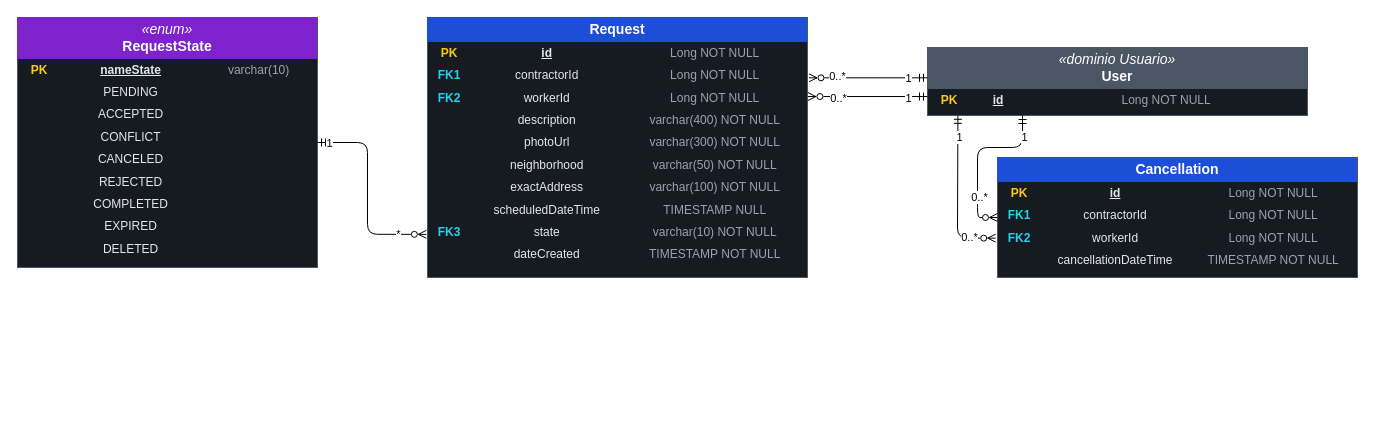
This is src/main/resources/docs/uml/ER-Service.drawio from JElaverdem/oficioya-service, a draw.io file, before an edit. Source tidied: cells renumbered, new cells numbered last; positions are measured from the earlier drawing's top-left corner, leaving out a move shared by most shapes. Both pictures are drawn from the tidied source at 100%, with x=0, y=0 at pixel (17, 17).
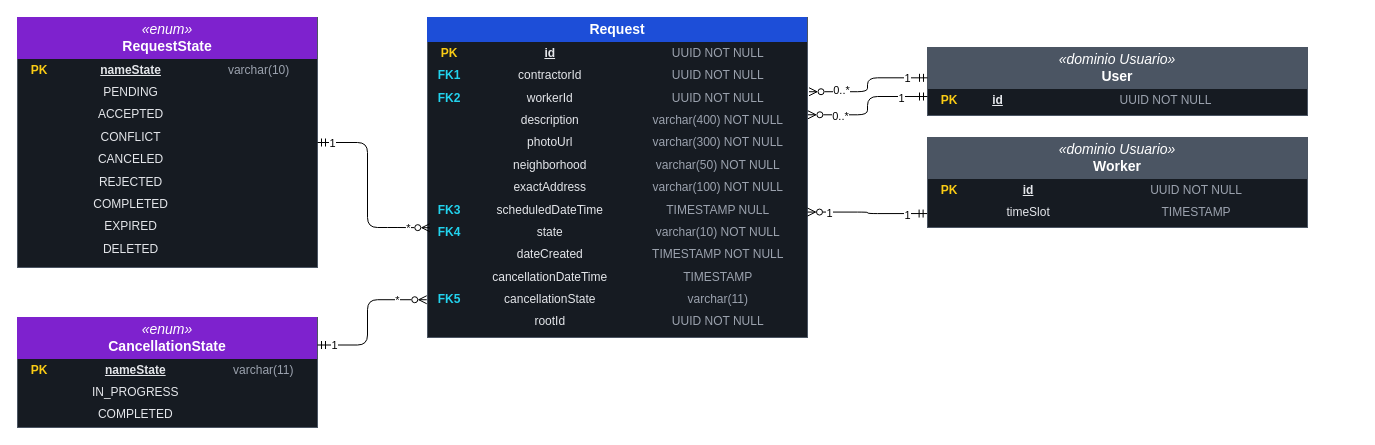
The same page after the edit.

Unchanged cells that the change refers to:
```xml
<mxCell id="2" value="&lt;table width=&quot;100%&quot; cellpadding=&quot;4&quot; cellspacing=&quot;0&quot; style=&quot;color: rgb(229, 231, 235); font-size: 12px;&quot;&gt;&lt;tbody&gt;&lt;tr&gt;&lt;td colspan=&quot;3&quot; align=&quot;center&quot; bgcolor=&quot;#7e22ce&quot;&gt;&lt;font color=&quot;#fff&quot; style=&quot;font-size: 14px;&quot;&gt;&lt;i&gt;«enum»&lt;/i&gt;&lt;br&gt;&lt;b&gt;RequestState&lt;/b&gt;&lt;/font&gt;&lt;/td&gt;&lt;/tr&gt;&lt;tr&gt;&lt;td width=&quot;36&quot;&gt;&lt;font color=&quot;#facc15&quot;&gt;&lt;b&gt;PK&lt;/b&gt;&lt;/font&gt;&lt;/td&gt;&lt;td&gt;&lt;u&gt;&lt;b&gt;nameState&lt;/b&gt;&lt;/u&gt;&lt;/td&gt;&lt;td&gt;&lt;font color=&quot;#9ca3af&quot;&gt;varchar(10)&lt;/font&gt;&lt;/td&gt;&lt;/tr&gt;&lt;tr&gt;&lt;td width=&quot;36&quot;&gt;&lt;font color=&quot;#22d3ee&quot;&gt;&lt;b&gt;&lt;/b&gt;&lt;/font&gt;&lt;/td&gt;&lt;td&gt;PENDING&lt;/td&gt;&lt;td&gt;&lt;font color=&quot;#9ca3af&quot;&gt;&lt;/font&gt;&lt;/td&gt;&lt;/tr&gt;&lt;tr&gt;&lt;td width=&quot;36&quot;&gt;&lt;font color=&quot;#22d3ee&quot;&gt;&lt;b&gt;&lt;/b&gt;&lt;/font&gt;&lt;/td&gt;&lt;td&gt;ACCEPTED&lt;/td&gt;&lt;td&gt;&lt;font color=&quot;#9ca3af&quot;&gt;&lt;/font&gt;&lt;/td&gt;&lt;/tr&gt;&lt;tr&gt;&lt;td width=&quot;36&quot;&gt;&lt;font color=&quot;#22d3ee&quot;&gt;&lt;b&gt;&lt;/b&gt;&lt;/font&gt;&lt;/td&gt;&lt;td&gt;CONFLICT&lt;/td&gt;&lt;td&gt;&lt;font color=&quot;#9ca3af&quot;&gt;&lt;/font&gt;&lt;/td&gt;&lt;/tr&gt;&lt;tr&gt;&lt;td width=&quot;36&quot;&gt;&lt;font color=&quot;#22d3ee&quot;&gt;&lt;b&gt;&lt;/b&gt;&lt;/font&gt;&lt;/td&gt;&lt;td&gt;CANCELED&lt;/td&gt;&lt;td&gt;&lt;font color=&quot;#9ca3af&quot;&gt;&lt;/font&gt;&lt;/td&gt;&lt;/tr&gt;&lt;tr&gt;&lt;td width=&quot;36&quot;&gt;&lt;font color=&quot;#22d3ee&quot;&gt;&lt;b&gt;&lt;/b&gt;&lt;/font&gt;&lt;/td&gt;&lt;td&gt;REJECTED&lt;/td&gt;&lt;td&gt;&lt;font color=&quot;#9ca3af&quot;&gt;&lt;/font&gt;&lt;/td&gt;&lt;/tr&gt;&lt;tr&gt;&lt;td width=&quot;36&quot;&gt;&lt;font color=&quot;#22d3ee&quot;&gt;&lt;b&gt;&lt;/b&gt;&lt;/font&gt;&lt;/td&gt;&lt;td&gt;COMPLETED&lt;/td&gt;&lt;td&gt;&lt;font color=&quot;#9ca3af&quot;&gt;&lt;/font&gt;&lt;/td&gt;&lt;/tr&gt;&lt;tr&gt;&lt;td width=&quot;36&quot;&gt;&lt;font color=&quot;#22d3ee&quot;&gt;&lt;b&gt;&lt;/b&gt;&lt;/font&gt;&lt;/td&gt;&lt;td&gt;EXPIRED&lt;/td&gt;&lt;td&gt;&lt;font color=&quot;#9ca3af&quot;&gt;&lt;/font&gt;&lt;/td&gt;&lt;/tr&gt;&lt;tr&gt;&lt;td&gt;&lt;br&gt;&lt;/td&gt;&lt;td&gt;DELETED&lt;/td&gt;&lt;td&gt;&lt;br&gt;&lt;/td&gt;&lt;/tr&gt;&lt;/tbody&gt;&lt;/table&gt;" style="html=1;whiteSpace=wrap;overflow=fill;verticalAlign=top;fillColor=#161b22;strokeColor=#4b5563;fontColor=#e5e7eb;" parent="1" vertex="1">
  <mxGeometry width="300" height="250" as="geometry" />
</mxCell>
```

Diff of the diagram source:
```diff
@@
-    <mxCell id="3" value="&lt;table width=&quot;100%&quot; cellpadding=&quot;4&quot; cellspacing=&quot;0&quot; style=&quot;color: rgb(229, 231, 235); font-size: 12px;&quot;&gt;&lt;tbody&gt;&lt;tr&gt;&lt;td colspan=&quot;3&quot; align=&quot;center&quot; bgcolor=&quot;#1d4ed8&quot;&gt;&lt;font color=&quot;#fff&quot; style=&quot;font-size: 14px;&quot;&gt;&lt;b&gt;Request&lt;/b&gt;&lt;/font&gt;&lt;/td&gt;&lt;/tr&gt;&lt;tr&gt;&lt;td width=&quot;36&quot;&gt;&lt;font color=&quot;#facc15&quot;&gt;&lt;b&gt;PK&lt;/b&gt;&lt;/font&gt;&lt;/td&gt;&lt;td&gt;&lt;u&gt;&lt;b&gt;id&lt;/b&gt;&lt;/u&gt;&lt;/td&gt;&lt;td&gt;&lt;font color=&quot;#9ca3af&quot;&gt;Long NOT NULL&lt;/font&gt;&lt;/td&gt;&lt;/tr&gt;&lt;tr&gt;&lt;td width=&quot;36&quot;&gt;&lt;b style=&quot;color: rgb(34, 211, 238);&quot;&gt;FK1&lt;/b&gt;&lt;font color=&quot;#22d3ee&quot;&gt;&lt;b&gt;&lt;/b&gt;&lt;/font&gt;&lt;/td&gt;&lt;td&gt;contractorId&lt;/td&gt;&lt;td&gt;&lt;font color=&quot;#9ca3af&quot;&gt;Long NOT NULL&lt;/font&gt;&lt;/td&gt;&lt;/tr&gt;&lt;tr&gt;&lt;td width=&quot;36&quot;&gt;&lt;b style=&quot;color: rgb(34, 211, 238);&quot;&gt;FK2&lt;/b&gt;&lt;/td&gt;&lt;td&gt;workerId&lt;/td&gt;&lt;td&gt;&lt;font color=&quot;#9ca3af&quot;&gt;Long NOT NULL&lt;/font&gt;&lt;/td&gt;&lt;/tr&gt;&lt;tr&gt;&lt;td width=&quot;36&quot;&gt;&lt;br&gt;&lt;/td&gt;&lt;td&gt;description&lt;/td&gt;&lt;td&gt;&lt;font color=&quot;#9ca3af&quot;&gt;varchar(400) NOT NULL&lt;/font&gt;&lt;/td&gt;&lt;/tr&gt;&lt;tr&gt;&lt;td width=&quot;36&quot;&gt;&lt;font color=&quot;#22d3ee&quot;&gt;&lt;b&gt;&lt;/b&gt;&lt;/font&gt;&lt;/td&gt;&lt;td&gt;photoUrl&lt;/td&gt;&lt;td&gt;&lt;font color=&quot;#9ca3af&quot;&gt;varchar(300) NOT NULL&lt;/font&gt;&lt;/td&gt;&lt;/tr&gt;&lt;tr&gt;&lt;td width=&quot;36&quot;&gt;&lt;font color=&quot;#22d3ee&quot;&gt;&lt;b&gt;&lt;/b&gt;&lt;/font&gt;&lt;/td&gt;&lt;td&gt;neighborhood&lt;/td&gt;&lt;td&gt;&lt;font color=&quot;#9ca3af&quot;&gt;varchar(50) NOT NULL&lt;/font&gt;&lt;/td&gt;&lt;/tr&gt;&lt;tr&gt;&lt;td width=&quot;36&quot;&gt;&lt;font color=&quot;#22d3ee&quot;&gt;&lt;b&gt;&lt;/b&gt;&lt;/font&gt;&lt;/td&gt;&lt;td&gt;exactAddress&lt;/td&gt;&lt;td&gt;&lt;font color=&quot;#9ca3af&quot;&gt;varchar(100) NOT NULL&lt;/font&gt;&lt;/td&gt;&lt;/tr&gt;&lt;tr&gt;&lt;td width=&quot;36&quot;&gt;&lt;font color=&quot;#22d3ee&quot;&gt;&lt;b&gt;&lt;/b&gt;&lt;/font&gt;&lt;/td&gt;&lt;td&gt;scheduledDateTime&lt;/td&gt;&lt;td&gt;&lt;font color=&quot;#9ca3af&quot;&gt;TIMESTAMP NULL&lt;/font&gt;&lt;/td&gt;&lt;/tr&gt;&lt;tr&gt;&lt;td width=&quot;36&quot;&gt;&lt;font color=&quot;#22d3ee&quot;&gt;&lt;b&gt;FK3&lt;/b&gt;&lt;/font&gt;&lt;/td&gt;&lt;td&gt;state&lt;/td&gt;&lt;td&gt;&lt;font color=&quot;#9ca3af&quot;&gt;varchar(10) NOT NULL&lt;/font&gt;&lt;/td&gt;&lt;/tr&gt;&lt;tr&gt;&lt;td width=&quot;36&quot;&gt;&lt;br&gt;&lt;/td&gt;&lt;td&gt;dateCreated&lt;/td&gt;&lt;td&gt;&lt;font color=&quot;#9ca3af&quot;&gt;TIMESTAMP NOT NULL&lt;/font&gt;&lt;/td&gt;&lt;/tr&gt;&lt;/tbody&gt;&lt;/table&gt;" style="html=1;whiteSpace=wrap;overflow=fill;verticalAlign=top;fillColor=#161b22;strokeColor=#4b5563;fontColor=#e5e7eb;" parent="1" vertex="1">
-      <mxGeometry x="410" width="380" height="260" as="geometry" />
+    <mxCell id="3" value="&lt;table width=&quot;100%&quot; cellpadding=&quot;4&quot; cellspacing=&quot;0&quot; style=&quot;color: rgb(229, 231, 235); font-size: 12px;&quot;&gt;&lt;tbody&gt;&lt;tr&gt;&lt;td colspan=&quot;3&quot; align=&quot;center&quot; bgcolor=&quot;#1d4ed8&quot;&gt;&lt;font color=&quot;#fff&quot; style=&quot;font-size: 14px;&quot;&gt;&lt;b&gt;Request&lt;/b&gt;&lt;/font&gt;&lt;/td&gt;&lt;/tr&gt;&lt;tr&gt;&lt;td width=&quot;36&quot;&gt;&lt;font color=&quot;#facc15&quot;&gt;&lt;b&gt;PK&lt;/b&gt;&lt;/font&gt;&lt;/td&gt;&lt;td&gt;&lt;u&gt;&lt;b&gt;id&lt;/b&gt;&lt;/u&gt;&lt;/td&gt;&lt;td&gt;&lt;font color=&quot;#9ca3af&quot;&gt;UUID NOT NULL&lt;/font&gt;&lt;/td&gt;&lt;/tr&gt;&lt;tr&gt;&lt;td width=&quot;36&quot;&gt;&lt;b style=&quot;color: rgb(34, 211, 238);&quot;&gt;FK1&lt;/b&gt;&lt;font color=&quot;#22d3ee&quot;&gt;&lt;b&gt;&lt;/b&gt;&lt;/font&gt;&lt;/td&gt;&lt;td&gt;contractorId&lt;/td&gt;&lt;td&gt;&lt;font color=&quot;#9ca3af&quot;&gt;UUID NOT NULL&lt;/font&gt;&lt;/td&gt;&lt;/tr&gt;&lt;tr&gt;&lt;td width=&quot;36&quot;&gt;&lt;b style=&quot;color: rgb(34, 211, 238);&quot;&gt;FK2&lt;/b&gt;&lt;/td&gt;&lt;td&gt;workerId&lt;/td&gt;&lt;td&gt;&lt;font color=&quot;#9ca3af&quot;&gt;UUID NOT NULL&lt;/font&gt;&lt;/td&gt;&lt;/tr&gt;&lt;tr&gt;&lt;td width=&quot;36&quot;&gt;&lt;br&gt;&lt;/td&gt;&lt;td&gt;description&lt;/td&gt;&lt;td&gt;&lt;font color=&quot;#9ca3af&quot;&gt;varchar(400) NOT NULL&lt;/font&gt;&lt;/td&gt;&lt;/tr&gt;&lt;tr&gt;&lt;td width=&quot;36&quot;&gt;&lt;font color=&quot;#22d3ee&quot;&gt;&lt;b&gt;&lt;/b&gt;&lt;/font&gt;&lt;/td&gt;&lt;td&gt;photoUrl&lt;/td&gt;&lt;td&gt;&lt;font color=&quot;#9ca3af&quot;&gt;varchar(300) NOT NULL&lt;/font&gt;&lt;/td&gt;&lt;/tr&gt;&lt;tr&gt;&lt;td width=&quot;36&quot;&gt;&lt;font color=&quot;#22d3ee&quot;&gt;&lt;b&gt;&lt;/b&gt;&lt;/font&gt;&lt;/td&gt;&lt;td&gt;neighborhood&lt;/td&gt;&lt;td&gt;&lt;font color=&quot;#9ca3af&quot;&gt;varchar(50) NOT NULL&lt;/font&gt;&lt;/td&gt;&lt;/tr&gt;&lt;tr&gt;&lt;td width=&quot;36&quot;&gt;&lt;font color=&quot;#22d3ee&quot;&gt;&lt;b&gt;&lt;/b&gt;&lt;/font&gt;&lt;/td&gt;&lt;td&gt;exactAddress&lt;/td&gt;&lt;td&gt;&lt;font color=&quot;#9ca3af&quot;&gt;varchar(100) NOT NULL&lt;/font&gt;&lt;/td&gt;&lt;/tr&gt;&lt;tr&gt;&lt;td width=&quot;36&quot;&gt;&lt;b style=&quot;color: rgb(34, 211, 238);&quot;&gt;FK3&lt;/b&gt;&lt;/td&gt;&lt;td&gt;scheduledDateTime&lt;/td&gt;&lt;td&gt;&lt;font color=&quot;#9ca3af&quot;&gt;TIMESTAMP NULL&lt;/font&gt;&lt;/td&gt;&lt;/tr&gt;&lt;tr&gt;&lt;td width=&quot;36&quot;&gt;&lt;font color=&quot;#22d3ee&quot;&gt;&lt;b&gt;FK4&lt;/b&gt;&lt;/font&gt;&lt;/td&gt;&lt;td&gt;state&lt;/td&gt;&lt;td&gt;&lt;font color=&quot;#9ca3af&quot;&gt;varchar(10) NOT NULL&lt;/font&gt;&lt;/td&gt;&lt;/tr&gt;&lt;tr&gt;&lt;td width=&quot;36&quot;&gt;&lt;br&gt;&lt;/td&gt;&lt;td&gt;dateCreated&lt;/td&gt;&lt;td&gt;&lt;font color=&quot;#9ca3af&quot;&gt;TIMESTAMP NOT NULL&lt;/font&gt;&lt;/td&gt;&lt;/tr&gt;&lt;tr&gt;&lt;td&gt;&lt;br&gt;&lt;/td&gt;&lt;td&gt;cancellationDateTime&lt;/td&gt;&lt;td&gt;&lt;span style=&quot;color: rgb(156, 163, 175);&quot;&gt;TIMESTAMP&lt;/span&gt;&lt;/td&gt;&lt;/tr&gt;&lt;tr&gt;&lt;td&gt;&lt;b style=&quot;color: rgb(34, 211, 238);&quot;&gt;FK5&lt;/b&gt;&lt;/td&gt;&lt;td&gt;cancellationState&lt;/td&gt;&lt;td&gt;&lt;span style=&quot;color: rgb(156, 163, 175);&quot;&gt;varchar(11)&lt;/span&gt;&lt;/td&gt;&lt;/tr&gt;&lt;tr&gt;&lt;td&gt;&lt;br&gt;&lt;/td&gt;&lt;td&gt;rootId&lt;/td&gt;&lt;td&gt;&lt;span style=&quot;color: rgb(156, 163, 175);&quot;&gt;UUID NOT NULL&lt;/span&gt;&lt;/td&gt;&lt;/tr&gt;&lt;/tbody&gt;&lt;/table&gt;" style="html=1;whiteSpace=wrap;overflow=fill;verticalAlign=top;fillColor=#161b22;strokeColor=#4b5563;fontColor=#e5e7eb;" parent="1" vertex="1">
+      <mxGeometry x="410" width="380" height="320" as="geometry" />
     </mxCell>
-    <mxCell id="4" value="&lt;table width=&quot;100%&quot; cellpadding=&quot;4&quot; cellspacing=&quot;0&quot; style=&quot;color: rgb(229, 231, 235); font-size: 12px;&quot;&gt;&lt;tbody&gt;&lt;tr&gt;&lt;td colspan=&quot;3&quot; align=&quot;center&quot; bgcolor=&quot;#4b5563&quot;&gt;&lt;font color=&quot;#fff&quot; style=&quot;font-size: 14px;&quot;&gt;&lt;i&gt;«dominio Usuario»&lt;/i&gt;&lt;br&gt;&lt;b&gt;User&lt;/b&gt;&lt;/font&gt;&lt;/td&gt;&lt;/tr&gt;&lt;tr&gt;&lt;td width=&quot;36&quot;&gt;&lt;font color=&quot;#facc15&quot;&gt;&lt;b&gt;PK&lt;/b&gt;&lt;/font&gt;&lt;/td&gt;&lt;td&gt;&lt;u&gt;&lt;b&gt;id&lt;/b&gt;&lt;/u&gt;&lt;/td&gt;&lt;td&gt;&lt;font color=&quot;#9ca3af&quot;&gt;Long NOT NULL&lt;/font&gt;&lt;/td&gt;&lt;/tr&gt;&lt;/tbody&gt;&lt;/table&gt;" style="html=1;whiteSpace=wrap;overflow=fill;verticalAlign=top;fillColor=#161b22;strokeColor=#4b5563;fontColor=#e5e7eb;" parent="1" vertex="1">
+    <mxCell id="4" value="&lt;table width=&quot;100%&quot; cellpadding=&quot;4&quot; cellspacing=&quot;0&quot; style=&quot;color: rgb(229, 231, 235); font-size: 12px;&quot;&gt;&lt;tbody&gt;&lt;tr&gt;&lt;td colspan=&quot;3&quot; align=&quot;center&quot; bgcolor=&quot;#4b5563&quot;&gt;&lt;font color=&quot;#fff&quot; style=&quot;font-size: 14px;&quot;&gt;&lt;i&gt;«dominio Usuario»&lt;/i&gt;&lt;br&gt;&lt;b&gt;User&lt;/b&gt;&lt;/font&gt;&lt;/td&gt;&lt;/tr&gt;&lt;tr&gt;&lt;td width=&quot;36&quot;&gt;&lt;font color=&quot;#facc15&quot;&gt;&lt;b&gt;PK&lt;/b&gt;&lt;/font&gt;&lt;/td&gt;&lt;td&gt;&lt;u&gt;&lt;b&gt;id&lt;/b&gt;&lt;/u&gt;&lt;/td&gt;&lt;td&gt;&lt;font color=&quot;#9ca3af&quot;&gt;UUID NOT NULL&lt;/font&gt;&lt;/td&gt;&lt;/tr&gt;&lt;/tbody&gt;&lt;/table&gt;" style="html=1;whiteSpace=wrap;overflow=fill;verticalAlign=top;fillColor=#161b22;strokeColor=#4b5563;fontColor=#e5e7eb;" parent="1" vertex="1">
       <mxGeometry x="910" y="30" width="380" height="68" as="geometry" />
     </mxCell>
-    <mxCell id="5" value="&lt;table width=&quot;100%&quot; cellpadding=&quot;4&quot; cellspacing=&quot;0&quot; style=&quot;color: rgb(229, 231, 235); font-size: 12px;&quot;&gt;&lt;tbody&gt;&lt;tr&gt;&lt;td colspan=&quot;3&quot; align=&quot;center&quot; bgcolor=&quot;#1d4ed8&quot;&gt;&lt;font color=&quot;#ffffff&quot;&gt;&lt;span style=&quot;font-size: 14px;&quot;&gt;&lt;b&gt;Cancellation&lt;/b&gt;&lt;/span&gt;&lt;/font&gt;&lt;/td&gt;&lt;/tr&gt;&lt;tr&gt;&lt;td width=&quot;36&quot;&gt;&lt;font color=&quot;#facc15&quot;&gt;&lt;b&gt;PK&lt;/b&gt;&lt;/font&gt;&lt;/td&gt;&lt;td&gt;&lt;u&gt;&lt;b&gt;id&lt;/b&gt;&lt;/u&gt;&lt;/td&gt;&lt;td&gt;&lt;font color=&quot;#9ca3af&quot;&gt;Long NOT NULL&lt;/font&gt;&lt;/td&gt;&lt;/tr&gt;&lt;tr&gt;&lt;td width=&quot;36&quot;&gt;&lt;font color=&quot;#22d3ee&quot;&gt;&lt;b&gt;FK1&lt;/b&gt;&lt;/font&gt;&lt;/td&gt;&lt;td&gt;contractorId&lt;/td&gt;&lt;td&gt;&lt;font color=&quot;#9ca3af&quot;&gt;Long NOT NULL&lt;/font&gt;&lt;/td&gt;&lt;/tr&gt;&lt;tr&gt;&lt;td width=&quot;36&quot;&gt;&lt;font color=&quot;#22d3ee&quot;&gt;&lt;b&gt;FK2&lt;/b&gt;&lt;/font&gt;&lt;/td&gt;&lt;td&gt;workerId&lt;/td&gt;&lt;td&gt;&lt;font color=&quot;#9ca3af&quot;&gt;Long NOT NULL&lt;/font&gt;&lt;/td&gt;&lt;/tr&gt;&lt;tr&gt;&lt;td width=&quot;36&quot;&gt;&lt;font color=&quot;#22d3ee&quot;&gt;&lt;b&gt;&lt;/b&gt;&lt;/font&gt;&lt;/td&gt;&lt;td&gt;cancellationDateTime&lt;/td&gt;&lt;td&gt;&lt;font color=&quot;#9ca3af&quot;&gt;TIMESTAMP NOT NULL&lt;/font&gt;&lt;/td&gt;&lt;/tr&gt;&lt;/tbody&gt;&lt;/table&gt;" style="html=1;whiteSpace=wrap;overflow=fill;verticalAlign=top;fillColor=#161b22;strokeColor=#4b5563;fontColor=#e5e7eb;" parent="1" vertex="1">
-      <mxGeometry x="980" y="140" width="360" height="120" as="geometry" />
-    </mxCell>
-    <mxCell id="6" style="edgeStyle=orthogonalEdgeStyle;html=1;startArrow=ERmandOne;endArrow=ERzeroToMany;startFill=0;endFill=0;strokeColor=default;fontColor=default;labelBackgroundColor=#0f1117;entryX=-0.003;entryY=0.834;entryDx=0;entryDy=0;entryPerimeter=0;exitX=1;exitY=0.5;exitDx=0;exitDy=0;" parent="1" edge="1" source="2" target="3">
-      <mxGeometry x="0.12" relative="1" as="geometry">
+    <mxCell id="6" style="edgeStyle=orthogonalEdgeStyle;html=1;startArrow=ERmandOne;endArrow=ERzeroToMany;startFill=0;endFill=0;strokeColor=default;fontColor=default;labelBackgroundColor=#0f1117;entryX=0.006;entryY=0.657;entryDx=0;entryDy=0;entryPerimeter=0;exitX=1;exitY=0.5;exitDx=0;exitDy=0;" parent="1" edge="1" source="2" target="3">
+      <mxGeometry x="0.42" relative="1" as="geometry">
         <Array as="points">
           <mxPoint x="350" y="125" />
-          <mxPoint x="350" y="216.8" />
+          <mxPoint x="350" y="210" />
+          <mxPoint x="380" y="210" />
         </Array>
       </mxGeometry>
     </mxCell>
     <mxCell id="7" value="1" style="edgeLabel;html=1;align=center;verticalAlign=middle;" parent="6" vertex="1">
-      <mxGeometry x="-0.89" relative="1" as="geometry" />
+      <mxGeometry x="-0.86" relative="1" as="geometry" />
     </mxCell>
     <mxCell id="8" value="*" style="edgeLabel;html=1;align=center;verticalAlign=middle;" parent="6" vertex="1">
-      <mxGeometry x="0.81" relative="1" as="geometry">
-        <mxPoint x="-10" as="offset" />
+      <mxGeometry x="0.46" relative="1" as="geometry">
+        <mxPoint x="31" as="offset" />
       </mxGeometry>
     </mxCell>
@@
-    <mxCell id="15" style="edgeStyle=orthogonalEdgeStyle;html=1;startArrow=ERmandOne;endArrow=ERzeroToMany;startFill=0;endFill=0;strokeColor=default;fontColor=#e5e7eb;labelBackgroundColor=#0f1117;exitX=0.25;exitY=1;exitDx=0;exitDy=0;entryX=0;entryY=0.5;entryDx=0;entryDy=0;" parent="1" edge="1" source="4" target="5">
-      <mxGeometry x="0.02" relative="1" as="geometry">
-        <Array as="points">
-          <mxPoint x="1005" y="130" />
-          <mxPoint x="960" y="130" />
-          <mxPoint x="960" y="200" />
-        </Array>
-      </mxGeometry>
-    </mxCell>
-    <mxCell id="16" value="0..*" style="edgeLabel;html=1;align=center;verticalAlign=middle;" parent="15" vertex="1">
-      <mxGeometry x="0.13" y="1" relative="1" as="geometry">
-        <mxPoint y="32" as="offset" />
-      </mxGeometry>
-    </mxCell>
-    <mxCell id="17" value="1" style="edgeLabel;html=1;align=center;verticalAlign=middle;" parent="15" vertex="1">
-      <mxGeometry x="-0.7" y="1" relative="1" as="geometry">
-        <mxPoint y="-4" as="offset" />
-      </mxGeometry>
-    </mxCell>
-    <mxCell id="18" style="edgeStyle=orthogonalEdgeStyle;html=1;startArrow=ERmandOne;endArrow=ERzeroToMany;startFill=0;endFill=0;strokeColor=default;fontColor=#e5e7eb;labelBackgroundColor=#0f1117;entryX=-0.005;entryY=0.672;entryDx=0;entryDy=0;entryPerimeter=0;exitX=0.08;exitY=0.997;exitDx=0;exitDy=0;exitPerimeter=0;" parent="1" edge="1" source="4" target="5">
-      <mxGeometry x="-0.7" relative="1" as="geometry">
-        <Array as="points">
-          <mxPoint x="940.4" y="99.4" />
-          <mxPoint x="940" y="220.6" />
-        </Array>
-      </mxGeometry>
-    </mxCell>
-    <mxCell id="19" value="0..*" style="edgeLabel;html=1;align=center;verticalAlign=middle;" parent="18" vertex="1">
-      <mxGeometry x="0.55" y="1" relative="1" as="geometry">
-        <mxPoint x="9" as="offset" />
-      </mxGeometry>
-    </mxCell>
-    <mxCell id="20" value="1" style="edgeLabel;html=1;align=center;verticalAlign=middle;" parent="18" vertex="1">
-      <mxGeometry x="-0.7" y="1" relative="1" as="geometry">
-        <mxPoint y="-2" as="offset" />
-      </mxGeometry>
-    </mxCell>
+    <mxCell id="21" value="&lt;table width=&quot;100%&quot; cellpadding=&quot;4&quot; cellspacing=&quot;0&quot; style=&quot;color: rgb(229, 231, 235); font-size: 12px;&quot;&gt;&lt;tbody&gt;&lt;tr&gt;&lt;td colspan=&quot;3&quot; align=&quot;center&quot; bgcolor=&quot;#4b5563&quot;&gt;&lt;font color=&quot;#fff&quot; style=&quot;font-size: 14px;&quot;&gt;&lt;i&gt;«dominio Usuario»&lt;/i&gt;&lt;br&gt;&lt;b&gt;Worker&lt;/b&gt;&lt;/font&gt;&lt;/td&gt;&lt;/tr&gt;&lt;tr&gt;&lt;td width=&quot;36&quot;&gt;&lt;font color=&quot;#facc15&quot;&gt;&lt;b&gt;PK&lt;/b&gt;&lt;/font&gt;&lt;/td&gt;&lt;td&gt;&lt;u&gt;&lt;b&gt;id&lt;/b&gt;&lt;/u&gt;&lt;/td&gt;&lt;td&gt;&lt;font color=&quot;#9ca3af&quot;&gt;UUID NOT NULL&lt;/font&gt;&lt;/td&gt;&lt;/tr&gt;&lt;tr&gt;&lt;td&gt;&lt;br&gt;&lt;/td&gt;&lt;td&gt;timeSlot&lt;/td&gt;&lt;td&gt;&lt;span style=&quot;color: rgb(156, 163, 175);&quot;&gt;TIMESTAMP&lt;/span&gt;&lt;/td&gt;&lt;/tr&gt;&lt;/tbody&gt;&lt;/table&gt;" style="html=1;whiteSpace=wrap;overflow=fill;verticalAlign=top;fillColor=#161b22;strokeColor=#4b5563;fontColor=#e5e7eb;" parent="1" vertex="1">
+      <mxGeometry x="910" y="120" width="380" height="90" as="geometry" />
+    </mxCell>
+    <mxCell id="22" style="edgeStyle=orthogonalEdgeStyle;html=1;startArrow=ERmandOne;endArrow=ERzeroToMany;startFill=0;endFill=0;strokeColor=default;fontColor=#e5e7eb;labelBackgroundColor=#0f1117;entryX=1;entryY=0.608;entryDx=0;entryDy=0;entryPerimeter=0;exitX=-0.001;exitY=0.845;exitDx=0;exitDy=0;exitPerimeter=0;" parent="1" edge="1" source="21" target="3">
+      <mxGeometry x="-0.41" relative="1" as="geometry" />
+    </mxCell>
+    <mxCell id="23" value="1" style="edgeLabel;html=1;align=center;verticalAlign=middle;" parent="22" vertex="1">
+      <mxGeometry x="0.56" y="1" relative="1" as="geometry">
+        <mxPoint x="-6" as="offset" />
+      </mxGeometry>
+    </mxCell>
+    <mxCell id="24" value="1" style="edgeLabel;html=1;align=center;verticalAlign=middle;" parent="22" vertex="1">
+      <mxGeometry x="-0.57" y="1" relative="1" as="geometry">
+        <mxPoint x="6" as="offset" />
+      </mxGeometry>
+    </mxCell>
+    <mxCell id="25" value="&lt;table width=&quot;100%&quot; cellpadding=&quot;4&quot; cellspacing=&quot;0&quot; style=&quot;color: rgb(229, 231, 235); font-size: 12px;&quot;&gt;&lt;tbody&gt;&lt;tr&gt;&lt;td colspan=&quot;3&quot; align=&quot;center&quot; bgcolor=&quot;#7e22ce&quot;&gt;&lt;font color=&quot;#fff&quot; style=&quot;font-size: 14px;&quot;&gt;&lt;i&gt;«enum»&lt;/i&gt;&lt;br&gt;&lt;b&gt;CancellationState&lt;/b&gt;&lt;/font&gt;&lt;/td&gt;&lt;/tr&gt;&lt;tr&gt;&lt;td width=&quot;36&quot;&gt;&lt;font color=&quot;#facc15&quot;&gt;&lt;b&gt;PK&lt;/b&gt;&lt;/font&gt;&lt;/td&gt;&lt;td&gt;&lt;u&gt;&lt;b&gt;nameState&lt;/b&gt;&lt;/u&gt;&lt;/td&gt;&lt;td&gt;&lt;font color=&quot;#9ca3af&quot;&gt;varchar(11)&lt;/font&gt;&lt;/td&gt;&lt;/tr&gt;&lt;tr&gt;&lt;td width=&quot;36&quot;&gt;&lt;font color=&quot;#22d3ee&quot;&gt;&lt;b&gt;&lt;/b&gt;&lt;/font&gt;&lt;/td&gt;&lt;td&gt;IN_PROGRESS&lt;/td&gt;&lt;td&gt;&lt;font color=&quot;#9ca3af&quot;&gt;&lt;/font&gt;&lt;/td&gt;&lt;/tr&gt;&lt;tr&gt;&lt;td width=&quot;36&quot;&gt;&lt;font color=&quot;#22d3ee&quot;&gt;&lt;b&gt;&lt;/b&gt;&lt;/font&gt;&lt;/td&gt;&lt;td&gt;COMPLETED&lt;/td&gt;&lt;td&gt;&lt;font color=&quot;#9ca3af&quot;&gt;&lt;/font&gt;&lt;/td&gt;&lt;/tr&gt;&lt;/tbody&gt;&lt;/table&gt;" style="html=1;whiteSpace=wrap;overflow=fill;verticalAlign=top;fillColor=#161b22;strokeColor=#4b5563;fontColor=#e5e7eb;" parent="1" vertex="1">
+      <mxGeometry y="300" width="300" height="110" as="geometry" />
+    </mxCell>
+    <mxCell id="26" style="edgeStyle=orthogonalEdgeStyle;html=1;startArrow=ERmandOne;endArrow=ERzeroToMany;startFill=0;endFill=0;strokeColor=default;fontColor=default;labelBackgroundColor=#0f1117;entryX=-0.002;entryY=0.882;entryDx=0;entryDy=0;entryPerimeter=0;exitX=1;exitY=0.25;exitDx=0;exitDy=0;" parent="1" edge="1" source="25" target="3">
+      <mxGeometry x="0.48" relative="1" as="geometry">
+        <Array as="points">
+          <mxPoint x="350" y="327.5" />
+          <mxPoint x="350" y="282.2" />
+        </Array>
+      </mxGeometry>
+    </mxCell>
+    <mxCell id="27" value="1" style="edgeLabel;html=1;align=center;verticalAlign=middle;" parent="26" vertex="1">
+      <mxGeometry x="-0.79" relative="1" as="geometry" />
+    </mxCell>
+    <mxCell id="28" value="*" style="edgeLabel;html=1;align=center;verticalAlign=middle;" parent="26" vertex="1">
+      <mxGeometry x="0.52" relative="1" as="geometry">
+        <mxPoint x="8" as="offset" />
+      </mxGeometry>
+    </mxCell>
```
